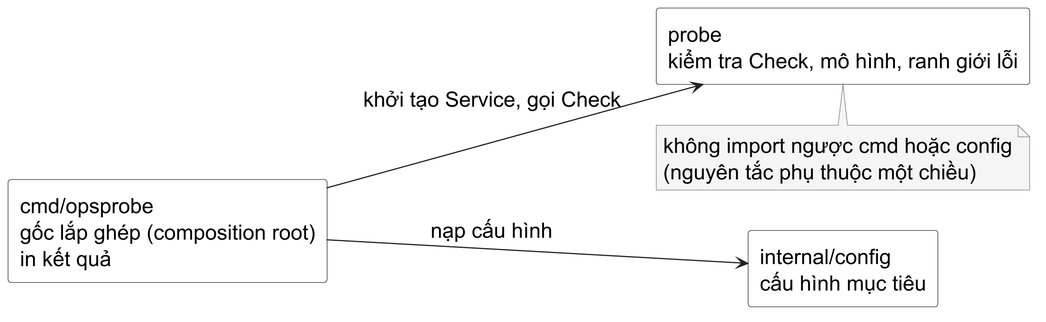
The PlantUML diagram assets/diagrams/package-boundary-graph.png in Minhlike/Golang, before a commit.
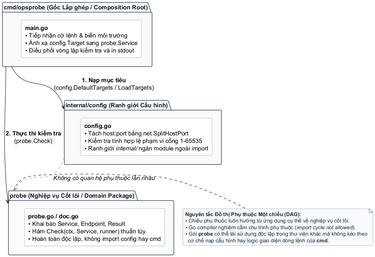
After the commit.

Diff of the diagram source:
```diff
@@ -1,30 +1,56 @@
 @startuml
-skinparamlocked dpi 300
 skinparam backgroundColor #FFFFFF
 skinparam defaultFontName "Source Sans 3"
-skinparam defaultFontSize 18
+skinparam defaultFontSize 16
 skinparam shadowing false
-skinparam note {
-  BackgroundColor #F5F5F5
-  BorderColor #777777
+skinparam roundCorner 6
+skinparam arrowColor #222222
+skinparam arrowThickness 1.2
+
+skinparam package {
+  BackgroundColor #FAFAFA
+  BorderColor #334155
+  FontColor #0F172A
+  FontStyle bold
+}
+
+skinparam rectangle {
+  BackgroundColor #FFFFFF
+  BorderColor #64748B
   FontColor #000000
 }
-skinparam rectangle {
-  BackgroundColor #FFFFFF
-  BorderColor #222222
-  FontColor #000000
+
+skinparam note {
+  BackgroundColor #F8FAFC
+  BorderColor #64748B
+  FontColor #1E293B
+  FontSize 14
 }
-skinparam ArrowColor #222222
-left to right direction
 
-rectangle "cmd/opsprobe\ngốc lắp ghép (composition root)\nin kết quả" as cmd
-rectangle "internal/config\ncấu hình mục tiêu" as config
-rectangle "probe\nkiểm tra Check, mô hình, ranh giới lỗi" as probe
+top to bottom direction
 
-cmd --> config : nạp cấu hình
-cmd --> probe : khởi tạo Service, gọi Check
-note bottom of probe
-không import ngược cmd hoặc config
-(nguyên tắc phụ thuộc một chiều)
+package "cmd/opsprobe (Gốc Lắp ghép / Composition Root)" as pkg_cmd {
+  rectangle "<b>main.go</b>\n• Tiếp nhận cờ lệnh & biến môi trường\n• Ánh xạ config.Target sang probe.Service\n• Điều phối vòng lặp kiểm tra và in stdout" as cmd_content
+}
+
+package "internal/config (Ranh giới Cấu hình)" as pkg_config {
+  rectangle "<b>config.go</b>\n• Tách host:port bằng net.SplitHostPort\n• Kiểm tra tính hợp lệ phạm vi cổng 1-65535\n• Ranh giới <i>internal/</i> ngăn module ngoài import" as config_content
+}
+
+package "probe (Nghiệp vụ Cốt lõi / Domain Package)" as pkg_probe {
+  rectangle "<b>probe.go / doc.go</b>\n• Khai báo Service, Endpoint, Result\n• Hàm Check(ctx, Service, runner) thuần túy\n• Hoàn toàn độc lập, không import config hay cmd" as probe_content
+}
+
+pkg_cmd -down-> pkg_config : <b>1. Nạp mục tiêu</b>\n(config.DefaultTargets / LoadTargets)
+pkg_cmd -down-> pkg_probe : <b>2. Thực thi kiểm tra</b>\n(probe.Check)
+
+pkg_config .[#94A3B8].> pkg_probe : <i>Không có quan hệ phụ thuộc lẫn nhau</i>
+
+note right of pkg_probe
+  <b>Nguyên tắc Đồ thị Phụ thuộc Một chiều (DAG):</b>
+  • Chiều phụ thuộc luôn hướng từ ứng dụng cụ thể về nghiệp vụ cốt lõi.
+  • Go compiler nghiêm cấm chu trình phụ thuộc (<i>import cycle not allowed</i>).
+  • Gói <b>probe</b> có thể tái sử dụng độc lập trong thư viện khác mà không kéo theo
+    cơ chế nạp cấu hình hay logic giao diện dòng lệnh của <b>cmd</b>.
 end note
 @enduml
```
